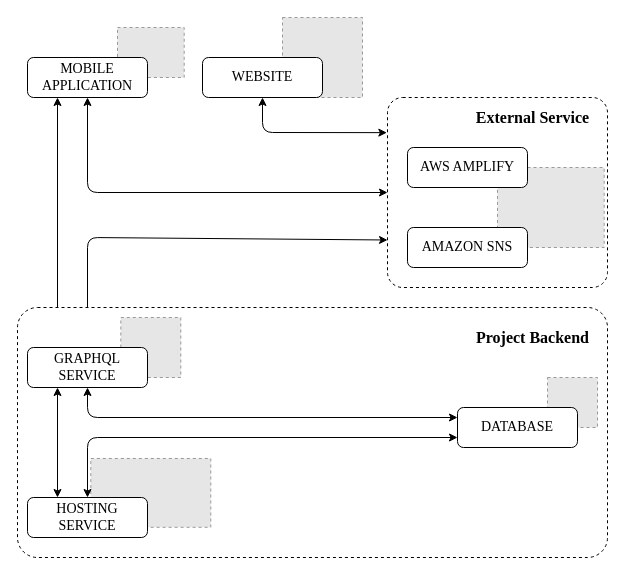
Above: Technical Paper/SystemArchitecture.drawio in KartikCD/BE-Project-Report (draw.io), before the change. Source tidied: cells renumbered, new cells numbered last; positions are measured from the earlier drawing's top-left corner, leaving out a move shared by most shapes. Both pictures are drawn from the tidied source at 100%, with x=0, y=0 at pixel (17, 17). Pictures stored in the file or linked from it are replaced by grey dashed boxes.
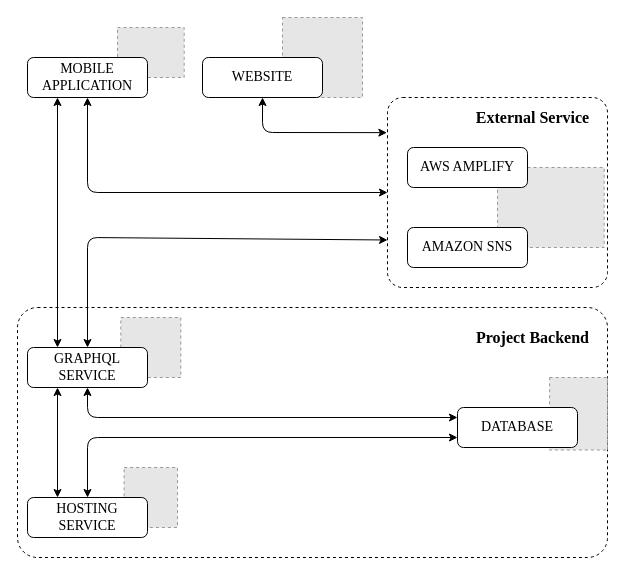
The same page after the edit.

The edit, as a diff of the source:
```diff
@@
+    <mxCell id="12" style="rounded=1;whiteSpace=wrap;html=1;dashed=1;fontFamily=Times New Roman;fontSize=14;arcSize=8;" parent="1" vertex="1">
+      <mxGeometry y="290" width="590" height="250" as="geometry" />
+    </mxCell>
+    <mxCell id="28" style="fillColor=#E6E6E6;strokeColor=#999999;dashed=1;verticalLabelPosition=bottom;verticalAlign=top;" parent="1" vertex="1">
+      <mxGeometry x="532.1" y="360" width="57.9" height="72.5" as="geometry" />
+    </mxCell>
+    <mxCell id="29" style="fillColor=#E6E6E6;strokeColor=#999999;dashed=1;verticalLabelPosition=bottom;verticalAlign=top;" parent="1" vertex="1">
+      <mxGeometry x="106.6" y="450" width="53.4" height="60" as="geometry" />
+    </mxCell>
@@
-    <mxCell id="12" style="rounded=1;whiteSpace=wrap;html=1;dashed=1;fontFamily=Times New Roman;fontSize=14;arcSize=8;" parent="1" vertex="1">
-      <mxGeometry y="290" width="590" height="250" as="geometry" />
-    </mxCell>
-    <mxCell id="13" style="fillColor=#E6E6E6;strokeColor=#999999;dashed=1;verticalLabelPosition=bottom;labelBackgroundColor=#ffffff;verticalAlign=top;fontFamily=Times New Roman;fontSize=14;" parent="1" vertex="1">
-      <mxGeometry x="530" y="360" width="50" height="50" as="geometry" />
-    </mxCell>
-    <mxCell id="14" style="fillColor=#E6E6E6;strokeColor=#999999;dashed=1;verticalLabelPosition=bottom;verticalAlign=top;fontFamily=Times New Roman;fontSize=14;" parent="1" vertex="1">
-      <mxGeometry x="73.3" y="441" width="120" height="68.8" as="geometry" />
-    </mxCell>
```
